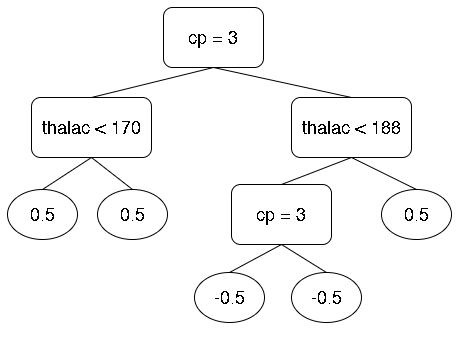
The draw.io diagram Desain/tree pertama/tree_pertama.png in rshby/skripsi, before a commit. Source tidied: cells renumbered, new cells last; positions are measured from the earlier drawing's top-left corner, leaving out a move shared by most shapes. Its diagram source:
```xml
<mxGraphModel>
  <root>
    <mxCell id="0" />
    <mxCell id="1" parent="0" />
    <mxCell id="2" value="&lt;font style=&quot;font-size: 18px&quot;&gt;cp = 3&lt;/font&gt;" style="rounded=1;whiteSpace=wrap;html=1;" parent="1" vertex="1">
      <mxGeometry x="156" width="100" height="60" as="geometry" />
    </mxCell>
    <mxCell id="3" value="&lt;font style=&quot;font-size: 18px&quot;&gt;thalac &amp;lt; 170&lt;/font&gt;" style="rounded=1;whiteSpace=wrap;html=1;" parent="1" vertex="1">
      <mxGeometry x="24" y="90" width="120" height="60" as="geometry" />
    </mxCell>
    <mxCell id="4" value="&lt;font style=&quot;font-size: 18px&quot;&gt;0.5&lt;/font&gt;" style="ellipse;whiteSpace=wrap;html=1;" parent="1" vertex="1">
      <mxGeometry y="182" width="70" height="50" as="geometry" />
    </mxCell>
    <mxCell id="5" value="&lt;font style=&quot;font-size: 18px&quot;&gt;0.5&lt;/font&gt;" style="ellipse;whiteSpace=wrap;html=1;" parent="1" vertex="1">
      <mxGeometry x="90" y="182" width="70" height="50" as="geometry" />
    </mxCell>
    <mxCell id="6" style="endArrow=none;html=1;exitX=0.5;exitY=0;exitDx=0;exitDy=0;entryX=0.5;entryY=1;entryDx=0;entryDy=0;" parent="1" edge="1" source="3" target="2">
      <mxGeometry relative="1" as="geometry" />
    </mxCell>
    <mxCell id="7" style="endArrow=none;html=1;exitX=0.5;exitY=0;exitDx=0;exitDy=0;entryX=0.5;entryY=1;entryDx=0;entryDy=0;" parent="1" edge="1" source="4" target="3">
      <mxGeometry relative="1" as="geometry" />
    </mxCell>
    <mxCell id="8" style="endArrow=none;html=1;exitX=0.5;exitY=0;exitDx=0;exitDy=0;entryX=0.5;entryY=1;entryDx=0;entryDy=0;" parent="1" edge="1" source="5" target="3">
      <mxGeometry relative="1" as="geometry" />
    </mxCell>
    <mxCell id="9" value="&lt;font style=&quot;font-size: 18px&quot;&gt;thalac &amp;lt; 188&lt;/font&gt;" style="rounded=1;whiteSpace=wrap;html=1;" parent="1" vertex="1">
      <mxGeometry x="284" y="90" width="120" height="60" as="geometry" />
    </mxCell>
    <mxCell id="10" value="&lt;font style=&quot;font-size: 18px&quot;&gt;0.5&lt;/font&gt;" style="ellipse;whiteSpace=wrap;html=1;" parent="1" vertex="1">
      <mxGeometry x="374" y="182" width="70" height="50" as="geometry" />
    </mxCell>
    <mxCell id="11" style="endArrow=none;html=1;exitX=0.5;exitY=0;exitDx=0;exitDy=0;entryX=0.5;entryY=1;entryDx=0;entryDy=0;" parent="1" edge="1" source="10" target="9">
      <mxGeometry relative="1" as="geometry" />
    </mxCell>
    <mxCell id="12" style="endArrow=none;html=1;exitX=0.5;exitY=1;exitDx=0;exitDy=0;entryX=0.5;entryY=0;entryDx=0;entryDy=0;" parent="1" edge="1" source="2" target="9">
      <mxGeometry relative="1" as="geometry" />
    </mxCell>
    <mxCell id="13" value="&lt;font style=&quot;font-size: 18px&quot;&gt;cp = 3&lt;/font&gt;" style="rounded=1;whiteSpace=wrap;html=1;" parent="1" vertex="1">
      <mxGeometry x="224" y="177" width="100" height="60" as="geometry" />
    </mxCell>
    <mxCell id="14" value="&lt;font style=&quot;font-size: 18px&quot;&gt;-0.5&lt;/font&gt;" style="ellipse;whiteSpace=wrap;html=1;" parent="1" vertex="1">
      <mxGeometry x="187" y="265" width="70" height="50" as="geometry" />
    </mxCell>
    <mxCell id="15" value="&lt;font style=&quot;font-size: 18px&quot;&gt;-0.5&lt;/font&gt;" style="ellipse;whiteSpace=wrap;html=1;" parent="1" vertex="1">
      <mxGeometry x="284" y="265" width="70" height="50" as="geometry" />
    </mxCell>
    <mxCell id="16" style="endArrow=none;html=1;exitX=0.5;exitY=0;exitDx=0;exitDy=0;entryX=0.5;entryY=1;entryDx=0;entryDy=0;" parent="1" edge="1" source="13" target="9">
      <mxGeometry relative="1" as="geometry" />
    </mxCell>
    <mxCell id="17" style="endArrow=none;html=1;exitX=0.5;exitY=1;exitDx=0;exitDy=0;entryX=0.5;entryY=0;entryDx=0;entryDy=0;" parent="1" edge="1" source="13" target="14">
      <mxGeometry relative="1" as="geometry" />
    </mxCell>
    <mxCell id="18" style="endArrow=none;html=1;exitX=0.5;exitY=1;exitDx=0;exitDy=0;entryX=0.5;entryY=0;entryDx=0;entryDy=0;" parent="1" edge="1" source="13" target="15">
      <mxGeometry relative="1" as="geometry" />
    </mxCell>
  </root>
</mxGraphModel>
```
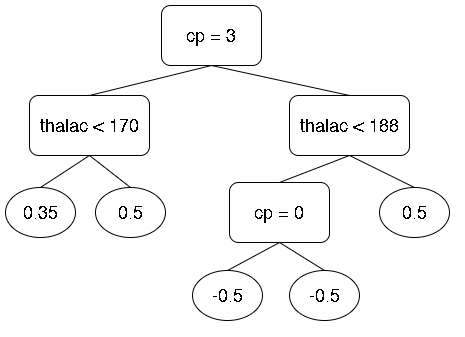
The same diagram one commit later.

What changed in the source:
```diff
@@ -8,7 +8,7 @@
     <mxCell id="3" value="&lt;font style=&quot;font-size: 18px&quot;&gt;thalac &amp;lt; 170&lt;/font&gt;" style="rounded=1;whiteSpace=wrap;html=1;" parent="1" vertex="1">
       <mxGeometry x="24" y="90" width="120" height="60" as="geometry" />
     </mxCell>
-    <mxCell id="4" value="&lt;font style=&quot;font-size: 18px&quot;&gt;0.5&lt;/font&gt;" style="ellipse;whiteSpace=wrap;html=1;" parent="1" vertex="1">
+    <mxCell id="4" value="&lt;font style=&quot;font-size: 18px&quot;&gt;0.35&lt;/font&gt;" style="ellipse;whiteSpace=wrap;html=1;" parent="1" vertex="1">
       <mxGeometry y="182" width="70" height="50" as="geometry" />
     </mxCell>
     <mxCell id="5" value="&lt;font style=&quot;font-size: 18px&quot;&gt;0.5&lt;/font&gt;" style="ellipse;whiteSpace=wrap;html=1;" parent="1" vertex="1">
@@ -35,7 +35,7 @@
     <mxCell id="12" style="endArrow=none;html=1;exitX=0.5;exitY=1;exitDx=0;exitDy=0;entryX=0.5;entryY=0;entryDx=0;entryDy=0;" parent="1" edge="1" source="2" target="9">
       <mxGeometry relative="1" as="geometry" />
     </mxCell>
-    <mxCell id="13" value="&lt;font style=&quot;font-size: 18px&quot;&gt;cp = 3&lt;/font&gt;" style="rounded=1;whiteSpace=wrap;html=1;" parent="1" vertex="1">
+    <mxCell id="13" value="&lt;font style=&quot;font-size: 18px&quot;&gt;cp = 0&lt;/font&gt;" style="rounded=1;whiteSpace=wrap;html=1;" parent="1" vertex="1">
       <mxGeometry x="224" y="177" width="100" height="60" as="geometry" />
     </mxCell>
     <mxCell id="14" value="&lt;font style=&quot;font-size: 18px&quot;&gt;-0.5&lt;/font&gt;" style="ellipse;whiteSpace=wrap;html=1;" parent="1" vertex="1">
```
